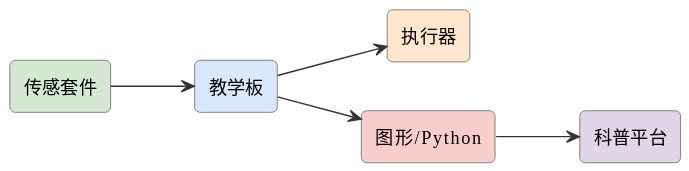
This is assets/diagrams/ideas-fig124.svg from mingyi0818/IntelligentMcuCourse, a PlantUML export, as it was before one commit.
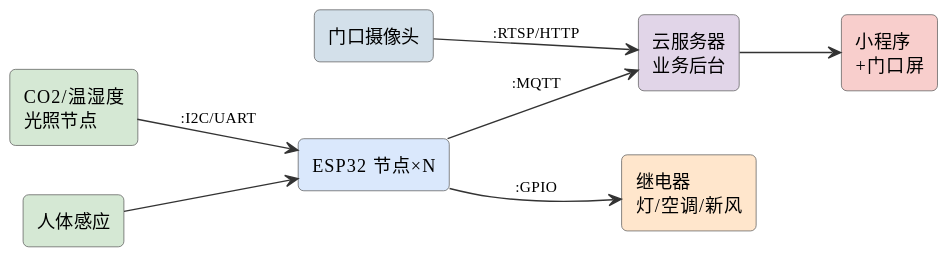
Later version of the same file.

Change to the diagram source:
```diff
@@ -6,13 +6,17 @@
 skinparam arrowFontSize 11
 skinparam arrowColor #333
 left to right direction
-rectangle "教学板" as board #dae8fc
-rectangle "传感套件" as sense #d5e8d4
-rectangle "执行器" as act #ffe6cc
-rectangle "图形/Python" as code #f8cecc
-rectangle "科普平台" as plat #e1d5e8
-sense --> board
-board --> act
-board --> code
-code --> plat
+rectangle "门口摄像头" as cam #d3e0ea
+rectangle "CO2/温湿度\n光照节点" as env #d5e8d4
+rectangle "人体感应" as pir #d5e8d4
+rectangle "ESP32 节点×N" as esp #dae8fc
+rectangle "继电器\n灯/空调/新风" as ctrl #ffe6cc
+rectangle "云服务器\n业务后台" as srv #e1d5e8
+rectangle "小程序\n+门口屏" as app #f8cecc
+env --> esp : :I2C/UART
+pir --> esp
+esp --> ctrl : :GPIO
+cam --> srv : :RTSP/HTTP
+esp --> srv : :MQTT
+srv --> app
 @enduml
```
